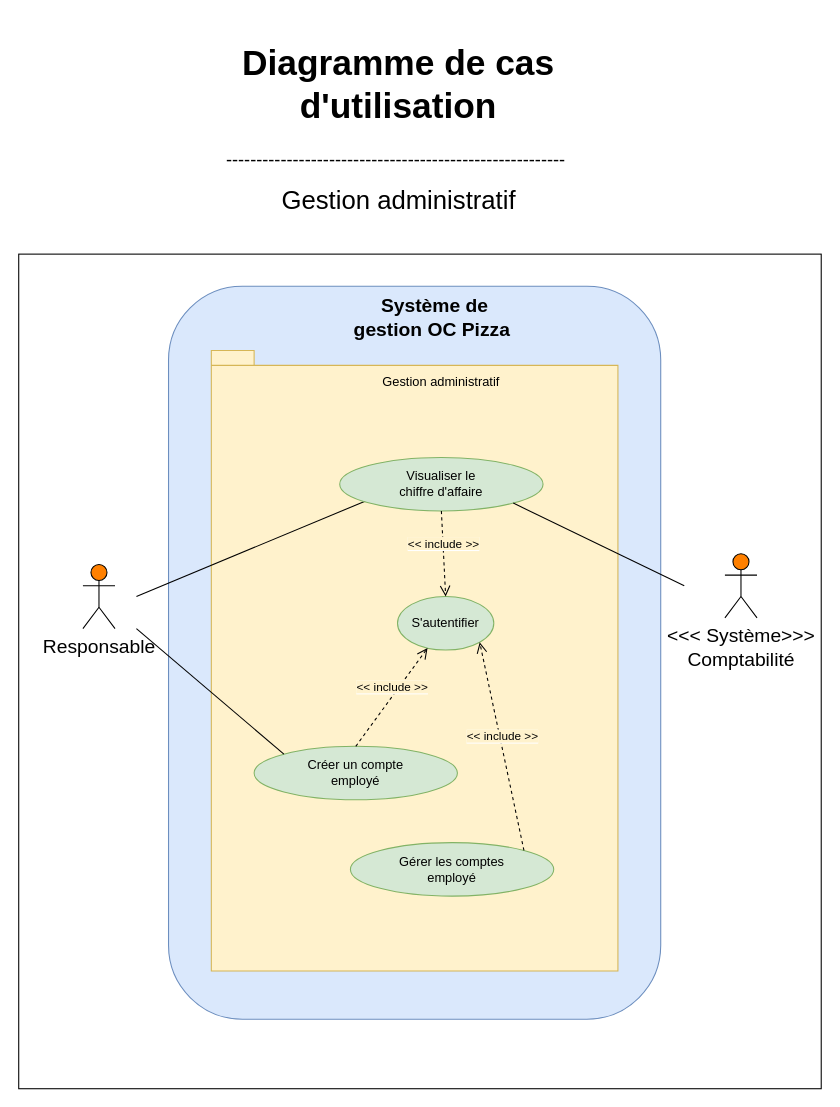
Before: page "Gestion administratif" (5 of 5) of Use case Diagram.drawio in Maayaavi/OC_Project_4, a draw.io diagram. Source tidied: cells renumbered, new cells numbered last; positions are measured from the earlier drawing's top-left corner, leaving out a move shared by most shapes. Both pictures are drawn from the tidied source at 107%, with x=0, y=0 at pixel (18, 29).
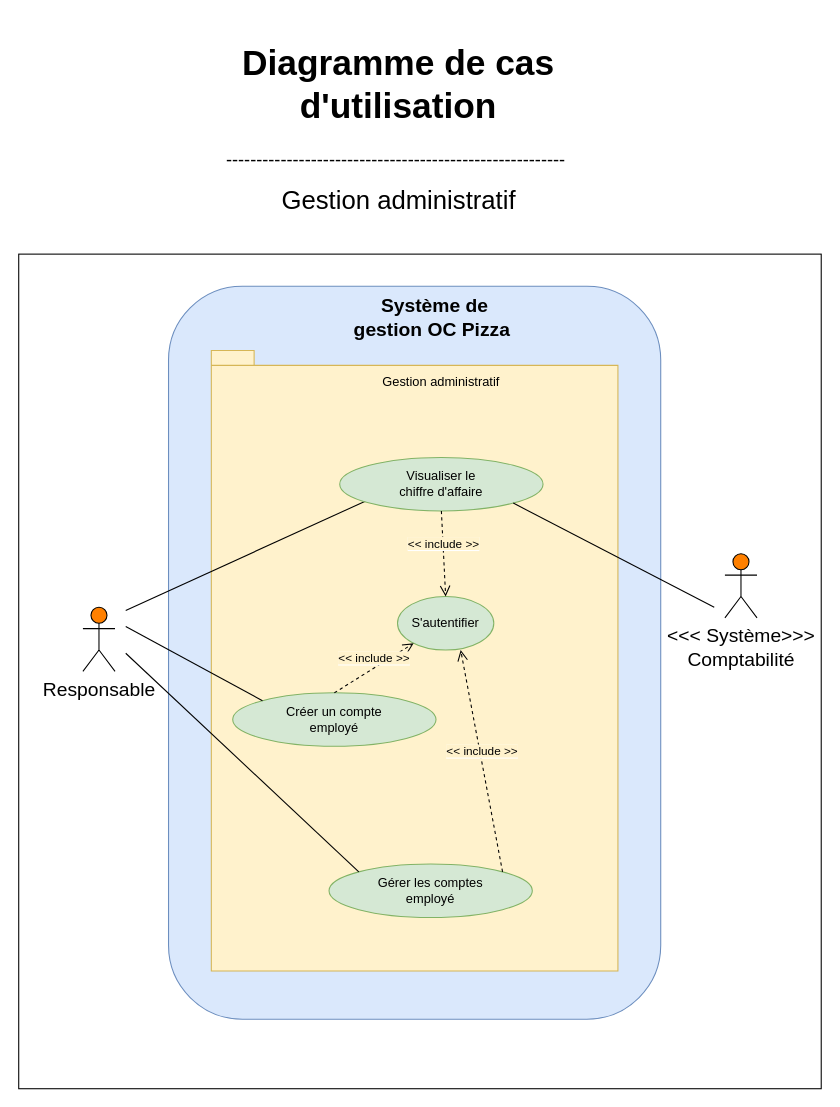
The same page after the edit.

The change refers to these unchanged cells:
```xml
<mxCell id="10" style="ellipse;whiteSpace=wrap;html=1;fillColor=#d5e8d4;strokeColor=#82b366;" parent="1" vertex="1">
  <mxGeometry x="300" y="400" width="190" height="50" as="geometry" />
</mxCell>
<mxCell id="11" value="Visualiser le&lt;br&gt;chiffre d'affaire" style="text;html=1;strokeColor=none;fillColor=none;align=center;verticalAlign=middle;whiteSpace=wrap;rounded=0;" parent="1" vertex="1">
  <mxGeometry x="290" y="415" width="210" height="20" as="geometry" />
</mxCell>
<mxCell id="17" style="ellipse;whiteSpace=wrap;html=1;fillColor=#d5e8d4;strokeColor=#82b366;" parent="1" vertex="1">
  <mxGeometry x="354" y="530" width="90" height="50" as="geometry" />
</mxCell>
```

What changed in the source:
```diff
@@
     <mxCell id="6" value="Responsable" style="shape=umlActor;verticalLabelPosition=bottom;labelBackgroundColor=#ffffff;verticalAlign=top;html=1;fontSize=18;fillColor=#FF8000;" parent="1" vertex="1">
-      <mxGeometry x="60" y="500" width="30" height="60" as="geometry" />
+      <mxGeometry x="60" y="540" width="30" height="60" as="geometry" />
     </mxCell>
@@
     <mxCell id="8" style="endArrow=none;html=1;entryX=0.171;entryY=1.25;entryDx=0;entryDy=0;entryPerimeter=0;" parent="1" edge="1" target="11">
       <mxGeometry relative="1" as="geometry">
-        <mxPoint x="110" y="530" as="sourcePoint" />
+        <mxPoint x="100" y="543" as="sourcePoint" />
       </mxGeometry>
     </mxCell>
@@
     <mxCell id="12" style="ellipse;whiteSpace=wrap;html=1;fillColor=#d5e8d4;strokeColor=#82b366;" parent="1" vertex="1">
-      <mxGeometry x="220" y="670" width="190" height="50" as="geometry" />
+      <mxGeometry x="200" y="620" width="190" height="50" as="geometry" />
     </mxCell>
@@
     <mxCell id="14" style="endArrow=none;html=1;entryX=0;entryY=0;entryDx=0;entryDy=0;" parent="1" edge="1" target="12">
       <mxGeometry relative="1" as="geometry">
-        <mxPoint x="110" y="560" as="sourcePoint" />
+        <mxPoint x="100" y="558" as="sourcePoint" />
       </mxGeometry>
     </mxCell>
@@
     <mxCell id="16" style="endArrow=none;html=1;exitX=1;exitY=1;exitDx=0;exitDy=0;" parent="1" edge="1" source="10">
       <mxGeometry relative="1" as="geometry">
-        <mxPoint x="622" y="520" as="targetPoint" />
+        <mxPoint x="650" y="540" as="targetPoint" />
       </mxGeometry>
     </mxCell>
@@
     <mxCell id="21" value="Créer un compte&lt;br&gt;employé" style="text;html=1;strokeColor=none;fillColor=none;align=center;verticalAlign=middle;whiteSpace=wrap;rounded=0;" parent="1" vertex="1">
-      <mxGeometry x="210" y="685" width="210" height="20" as="geometry" />
+      <mxGeometry x="190" y="635" width="210" height="20" as="geometry" />
     </mxCell>
     <mxCell id="22" style="ellipse;whiteSpace=wrap;html=1;fillColor=#d5e8d4;strokeColor=#82b366;" parent="1" vertex="1">
-      <mxGeometry x="310" y="760" width="190" height="50" as="geometry" />
+      <mxGeometry x="290" y="780" width="190" height="50" as="geometry" />
     </mxCell>
     <mxCell id="23" value="Gérer les comptes&lt;br&gt;employé" style="text;html=1;strokeColor=none;fillColor=none;align=center;verticalAlign=middle;whiteSpace=wrap;rounded=0;" parent="1" vertex="1">
-      <mxGeometry x="300" y="775" width="210" height="20" as="geometry" />
+      <mxGeometry x="280" y="795" width="210" height="20" as="geometry" />
     </mxCell>
-    <mxCell id="24" value="&lt;span style=&quot;background-color: rgb(255 , 242 , 204)&quot;&gt;&amp;lt;&amp;lt; include &amp;gt;&amp;gt;&lt;/span&gt;" style="html=1;verticalAlign=bottom;endArrow=open;dashed=1;endSize=8;exitX=1;exitY=0;exitDx=0;exitDy=0;entryX=1;entryY=1;entryDx=0;entryDy=0;" parent="1" edge="1" source="22" target="17">
+    <mxCell id="24" value="&lt;span style=&quot;background-color: rgb(255 , 242 , 204)&quot;&gt;&amp;lt;&amp;lt; include &amp;gt;&amp;gt;&lt;/span&gt;" style="html=1;verticalAlign=bottom;endArrow=open;dashed=1;endSize=8;exitX=1;exitY=0;exitDx=0;exitDy=0;entryX=0.656;entryY=1;entryDx=0;entryDy=0;entryPerimeter=0;" parent="1" edge="1" source="22" target="17">
       <mxGeometry relative="1" as="geometry" />
     </mxCell>
+    <mxCell id="25" style="endArrow=none;html=1;entryX=0;entryY=0;entryDx=0;entryDy=0;" parent="1" edge="1" target="22">
+      <mxGeometry relative="1" as="geometry">
+        <mxPoint x="100" y="583" as="sourcePoint" />
+      </mxGeometry>
+    </mxCell>
```
